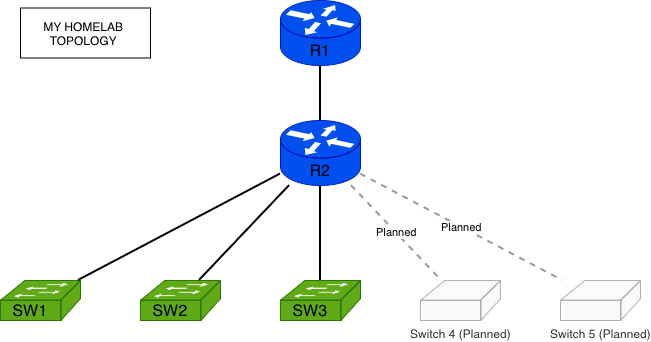
Above: homelab-topology.drawio.png in B1naryBloom/CCNA-Home-Lab (draw.io), before the change. Source tidied: cells renumbered, new cells last; positions are measured from the earlier drawing's top-left corner, leaving out a move shared by most shapes.
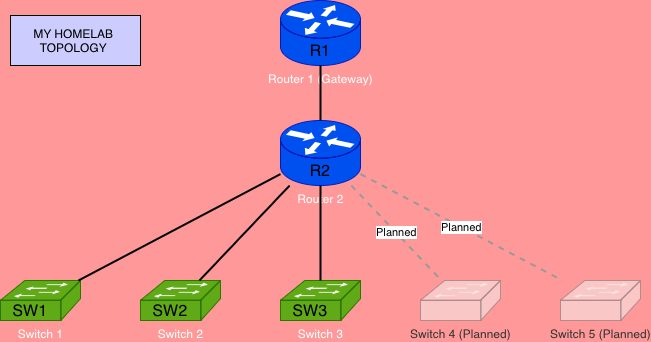
Above is the later version.

What changed in the source:
```diff
@@ -1,26 +1,26 @@
-<mxGraphModel>
+<mxGraphModel background="#FF9999">
   <root>
     <mxCell id="0" />
     <mxCell id="1" parent="0" />
-    <mxCell id="2" value="Router 1 (Gateway)" style="verticalLabelPosition=bottom;html=1;verticalAlign=top;align=center;shape=mxgraph.cisco.routers.router;fillColor=#0050ef;strokeColor=#001DBC;fontColor=#ffffff;" parent="1" vertex="1">
+    <mxCell id="2" value="Router 1 (Gateway)" style="verticalLabelPosition=bottom;html=1;verticalAlign=top;align=center;shape=mxgraph.cisco.routers.router;fillColor=#0050ef;strokeColor=#001DBC;fontColor=#ffffff;rounded=0;" parent="1" vertex="1">
       <mxGeometry x="280" width="80" height="65" as="geometry" />
     </mxCell>
-    <mxCell id="3" value="Router 2" style="verticalLabelPosition=bottom;html=1;verticalAlign=top;align=center;shape=mxgraph.cisco.routers.router;fillColor=#0050ef;strokeColor=#001DBC;fontColor=#ffffff;" parent="1" vertex="1">
+    <mxCell id="3" value="Router 2" style="verticalLabelPosition=bottom;html=1;verticalAlign=top;align=center;shape=mxgraph.cisco.routers.router;fillColor=#0050ef;strokeColor=#001DBC;fontColor=#ffffff;rounded=0;" parent="1" vertex="1">
       <mxGeometry x="280" y="120" width="80" height="65" as="geometry" />
     </mxCell>
-    <mxCell id="4" value="Switch 1" style="verticalLabelPosition=bottom;html=1;verticalAlign=top;align=center;shape=mxgraph.cisco.switches.workgroup_switch;fillColor=#60a917;strokeColor=#2D7600;fontColor=#ffffff;" parent="1" vertex="1">
+    <mxCell id="4" value="Switch 1" style="verticalLabelPosition=bottom;html=1;verticalAlign=top;align=center;shape=mxgraph.cisco.switches.workgroup_switch;fillColor=#60a917;strokeColor=#2D7600;fontColor=#ffffff;rounded=0;" parent="1" vertex="1">
       <mxGeometry y="280" width="80" height="40" as="geometry" />
     </mxCell>
-    <mxCell id="5" value="Switch 2" style="verticalLabelPosition=bottom;html=1;verticalAlign=top;align=center;shape=mxgraph.cisco.switches.workgroup_switch;fillColor=#60a917;strokeColor=#2D7600;fontColor=#ffffff;" parent="1" vertex="1">
+    <mxCell id="5" value="Switch 2" style="verticalLabelPosition=bottom;html=1;verticalAlign=top;align=center;shape=mxgraph.cisco.switches.workgroup_switch;fillColor=#60a917;strokeColor=#2D7600;fontColor=#ffffff;rounded=0;" parent="1" vertex="1">
       <mxGeometry x="140" y="280" width="80" height="40" as="geometry" />
     </mxCell>
-    <mxCell id="6" value="Switch 3" style="verticalLabelPosition=bottom;html=1;verticalAlign=top;align=center;shape=mxgraph.cisco.switches.workgroup_switch;fillColor=#60a917;strokeColor=#2D7600;fontColor=#ffffff;" parent="1" vertex="1">
+    <mxCell id="6" value="Switch 3" style="verticalLabelPosition=bottom;html=1;verticalAlign=top;align=center;shape=mxgraph.cisco.switches.workgroup_switch;fillColor=#60a917;strokeColor=#2D7600;fontColor=#ffffff;rounded=0;" parent="1" vertex="1">
       <mxGeometry x="280" y="280" width="80" height="40" as="geometry" />
     </mxCell>
-    <mxCell id="7" value="Switch 4 (Planned)" style="verticalLabelPosition=bottom;html=1;verticalAlign=top;align=center;shape=mxgraph.cisco.switches.workgroup_switch;fillColor=#f5f5f5;strokeColor=#666666;fontColor=#333333;opacity=50;" parent="1" vertex="1">
+    <mxCell id="7" value="Switch 4 (Planned)" style="verticalLabelPosition=bottom;html=1;verticalAlign=top;align=center;shape=mxgraph.cisco.switches.workgroup_switch;fillColor=#f5f5f5;strokeColor=#666666;fontColor=#333333;opacity=50;rounded=0;" parent="1" vertex="1">
       <mxGeometry x="420" y="280" width="80" height="40" as="geometry" />
     </mxCell>
-    <mxCell id="8" value="Switch 5 (Planned)" style="verticalLabelPosition=bottom;html=1;verticalAlign=top;align=center;shape=mxgraph.cisco.switches.workgroup_switch;fillColor=#f5f5f5;strokeColor=#666666;fontColor=#333333;opacity=50;" parent="1" vertex="1">
+    <mxCell id="8" value="Switch 5 (Planned)" style="verticalLabelPosition=bottom;html=1;verticalAlign=top;align=center;shape=mxgraph.cisco.switches.workgroup_switch;fillColor=#f5f5f5;strokeColor=#666666;fontColor=#333333;opacity=50;rounded=0;" parent="1" vertex="1">
       <mxGeometry x="560" y="280" width="80" height="40" as="geometry" />
     </mxCell>
     <mxCell id="9" style="endArrow=none;html=1;strokeWidth=2;rounded=0;" parent="1" edge="1" source="2" target="3">
@@ -41,8 +41,8 @@
     <mxCell id="14" value="Planned" style="endArrow=none;html=1;strokeWidth=2;dashed=1;strokeColor=#999999;rounded=0;" parent="1" edge="1" source="3" target="8">
       <mxGeometry relative="1" as="geometry" />
     </mxCell>
-    <mxCell id="15" value="MY HOMELAB&amp;nbsp;&lt;div&gt;TOPOLOGY&amp;nbsp;&lt;/div&gt;" style="rounded=0;whiteSpace=wrap;html=1;" parent="1" vertex="1">
-      <mxGeometry x="20" y="7.5" width="130" height="50" as="geometry" />
+    <mxCell id="15" value="MY HOMELAB&amp;nbsp;&lt;div&gt;TOPOLOGY&amp;nbsp;&lt;/div&gt;" style="rounded=0;whiteSpace=wrap;html=1;fillColor=#CCCCFF;" parent="1" vertex="1">
+      <mxGeometry x="10" y="15" width="130" height="50" as="geometry" />
     </mxCell>
     <mxCell id="16" value="R1" style="text;html=1;whiteSpace=wrap;strokeColor=none;fillColor=none;align=center;verticalAlign=middle;rounded=0;fontSize=16;" parent="1" vertex="1">
       <mxGeometry x="290" y="35" width="60" height="30" as="geometry" />
```
